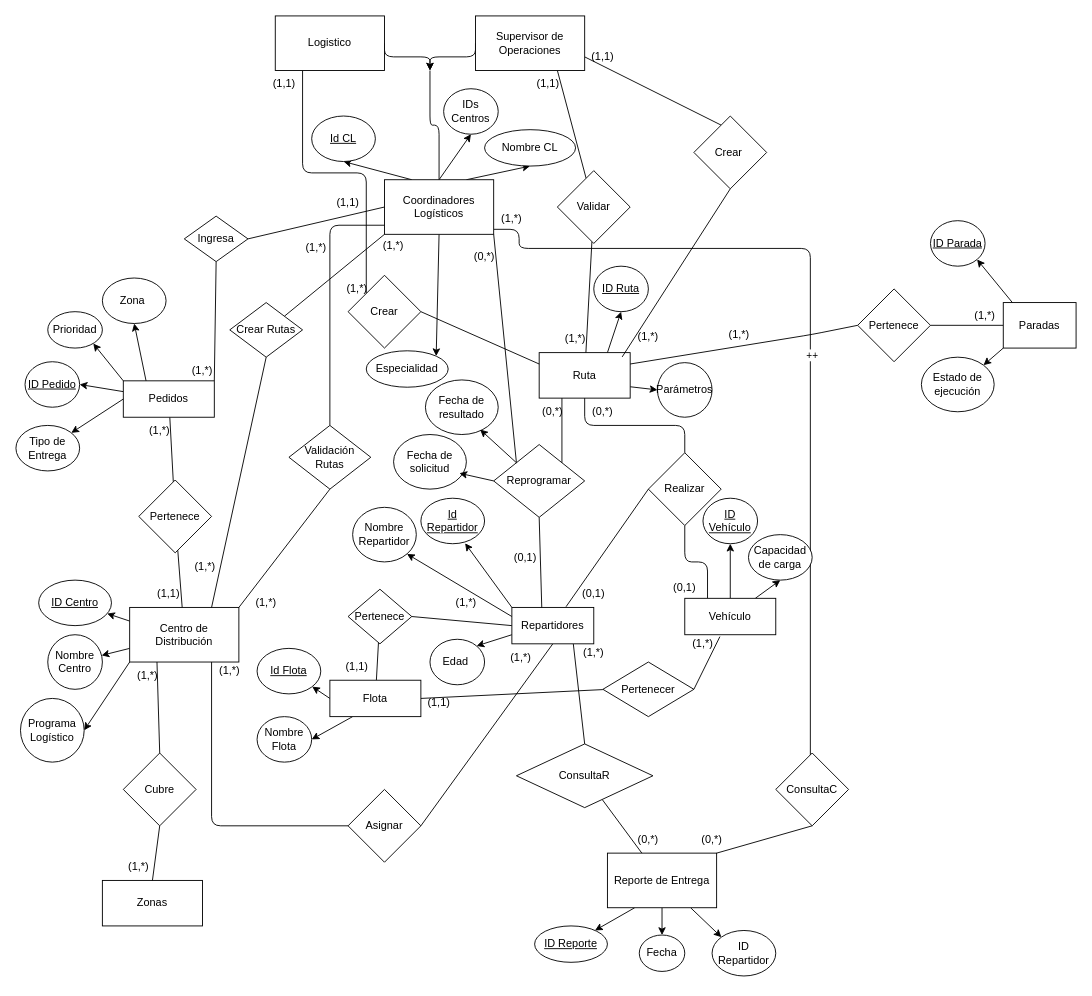
This is MERX/merx.drawio from Jcyern/Management-for-the-automatic-generation-of-delivery-routes, a draw.io file, before an edit. Source tidied: cells renumbered, new cells numbered last; positions are measured from the earlier drawing's top-left corner, leaving out a move shared by most shapes. Both pictures are drawn from the tidied source at 91%, with x=0, y=0 at pixel (15, 15).
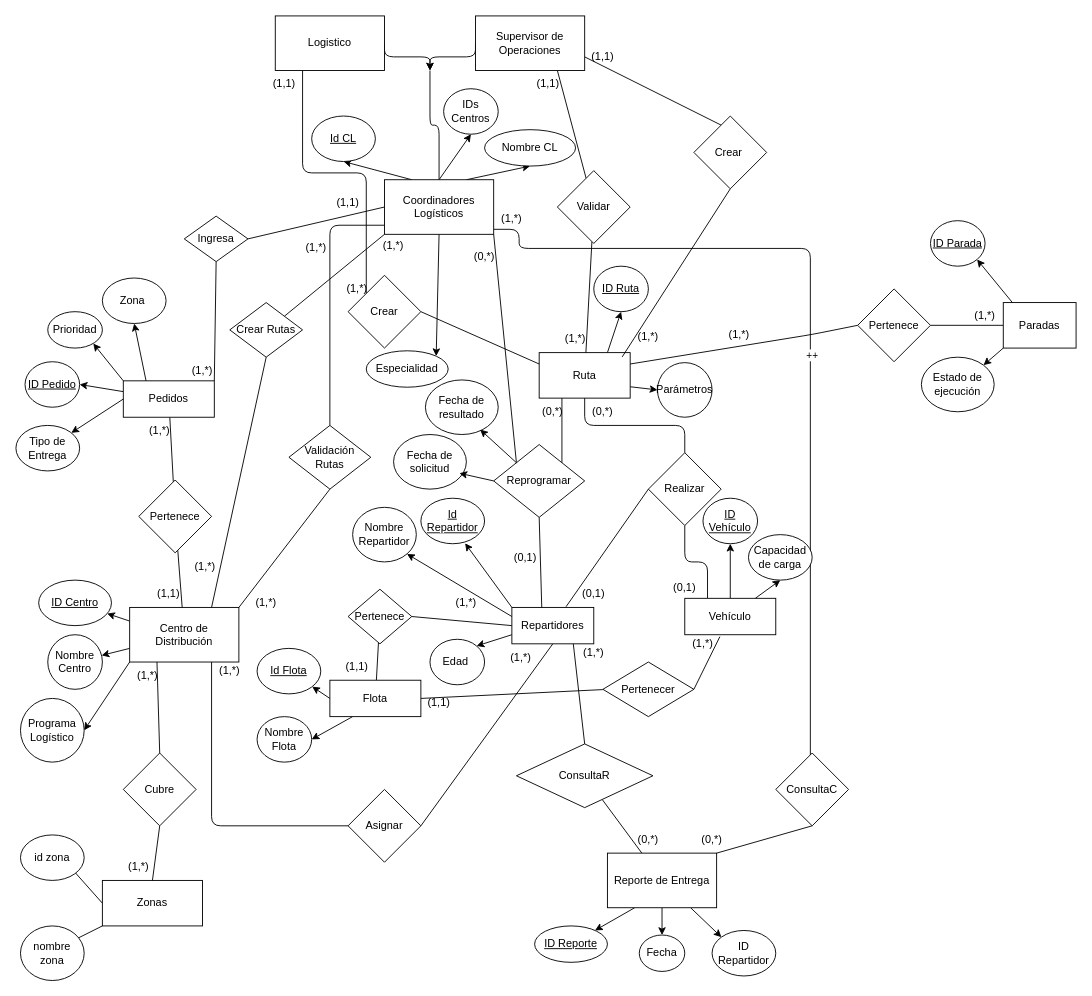
The same diagram, later.

Commit message (it also covers changes not shown here):
Actualizand Merx y gitignore

Corrigiendo   el modelo entidad relaciona en el tema visual,

agregando archivos no deseados de subir a github en el gitignore

Unchanged cells that the change refers to:
```xml
<mxCell id="95" value="Zonas" style="whiteSpace=wrap;html=1;" parent="1" vertex="1">
  <mxGeometry x="95" y="950" width="110" height="50" as="geometry" />
</mxCell>
```

The edit, as a diff of the source:
```diff
@@
+    <mxCell id="155" style="edgeStyle=none;html=1;exitX=0;exitY=0.5;exitDx=0;exitDy=0;" parent="1" edge="1" source="95">
+      <mxGeometry relative="1" as="geometry">
+        <mxPoint x="55" y="930" as="targetPoint" />
+      </mxGeometry>
+    </mxCell>
+    <mxCell id="156" style="edgeStyle=none;html=1;exitX=0;exitY=1;exitDx=0;exitDy=0;" parent="1" edge="1" source="95">
+      <mxGeometry relative="1" as="geometry">
+        <mxPoint x="55" y="1020" as="targetPoint" />
+      </mxGeometry>
+    </mxCell>
@@
+    <mxCell id="157" value="id zona" style="ellipse;whiteSpace=wrap;html=1;shapeInside=1;" parent="1" vertex="1">
+      <mxGeometry x="5" y="900" width="70" height="50" as="geometry" />
+    </mxCell>
+    <mxCell id="158" value="nombre zona" style="ellipse;whiteSpace=wrap;html=1;shapeInside=1;" parent="1" vertex="1">
+      <mxGeometry x="5" y="1000" width="70" height="60" as="geometry" />
+    </mxCell>
```
